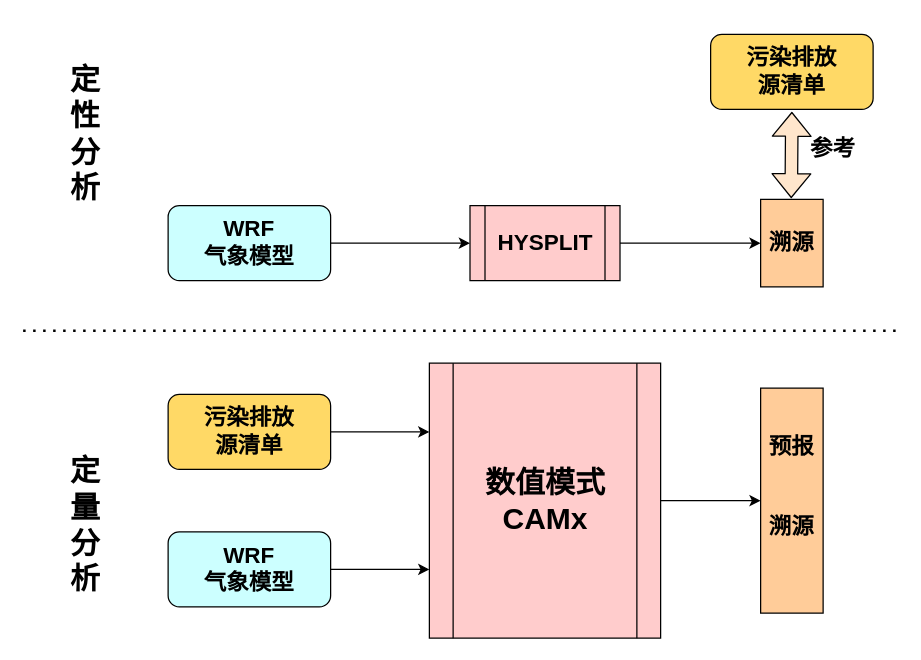
Earlier version of the draw.io diagram 源清单与数值模式.drawio (WienWong/Misc). Source tidied: cells renumbered, new cells numbered last; positions are measured from the earlier drawing's top-left corner, leaving out a move shared by most shapes. Both pictures are drawn from the tidied source at 125%, with x=0, y=0 at pixel (22, 21).
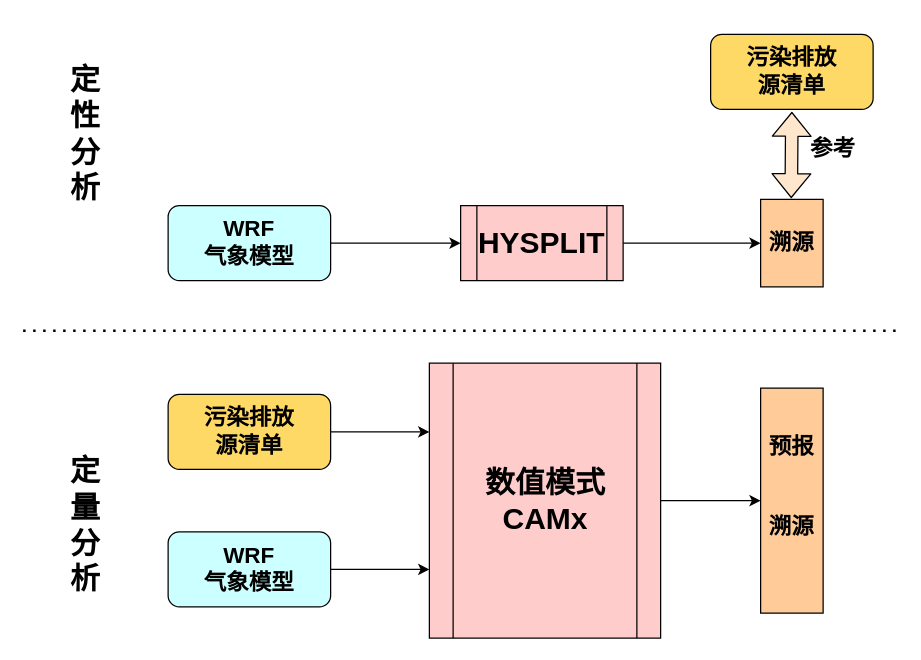
After the change.

Commit message:
Update 源清单与数值模式.drawio

Unchanged cells that the change refers to:
```xml
<mxCell id="13" value="&lt;font style=&quot;font-size: 18px&quot;&gt;&lt;b&gt;溯源&lt;br&gt;&lt;/b&gt;&lt;/font&gt;" style="rounded=0;whiteSpace=wrap;html=1;fillColor=#FFCC99;" parent="1" vertex="1">
  <mxGeometry x="590" y="142" width="50" height="70" as="geometry" />
</mxCell>
<mxCell id="16" value="&lt;font style=&quot;font-size: 18px&quot;&gt;&lt;b&gt;WRF&lt;br&gt;&lt;/b&gt;&lt;b&gt;气象模型&lt;/b&gt;&lt;/font&gt;" style="rounded=1;whiteSpace=wrap;html=1;fillColor=#CCFFFF;" parent="1" vertex="1">
  <mxGeometry x="116" y="147" width="130" height="60" as="geometry" />
</mxCell>
```

The edit, as a diff of the source:
```diff
@@
-    <mxCell id="9" style="edgeStyle=orthogonalEdgeStyle;rounded=0;jettySize=auto;html=1;exitX=1;exitY=0.5;exitDx=0;exitDy=0;entryX=0;entryY=0.5;entryDx=0;entryDy=0;" parent="1" edge="1" source="10" target="13">
+    <mxCell id="9" style="edgeStyle=orthogonalEdgeStyle;rounded=0;jettySize=auto;html=1;exitX=1;exitY=0.5;exitDx=0;exitDy=0;entryX=0;entryY=0.5;entryDx=0;entryDy=0;strokeColor=#000000;" parent="1" edge="1" source="10" target="13">
       <mxGeometry relative="1" as="geometry" />
     </mxCell>
-    <mxCell id="10" value="&lt;font style=&quot;font-size: 18px&quot;&gt;&lt;b&gt;HYSPLIT&lt;/b&gt;&lt;/font&gt;" style="shape=process;whiteSpace=wrap;html=1;backgroundOutline=1;fillColor=#FFCCCC;" parent="1" vertex="1">
-      <mxGeometry x="357.5" y="147" width="120" height="60" as="geometry" />
+    <mxCell id="10" value="&lt;font style=&quot;font-size: 24px&quot;&gt;&lt;b&gt;HYSPLIT&lt;/b&gt;&lt;/font&gt;" style="shape=process;whiteSpace=wrap;html=1;backgroundOutline=1;fillColor=#FFCCCC;" parent="1" vertex="1">
+      <mxGeometry x="350" y="147" width="130" height="60" as="geometry" />
     </mxCell>
@@
-    <mxCell id="15" style="edgeStyle=orthogonalEdgeStyle;rounded=0;jettySize=auto;html=1;exitX=1;exitY=0.5;exitDx=0;exitDy=0;" parent="1" edge="1" source="16" target="10">
+    <mxCell id="15" style="edgeStyle=orthogonalEdgeStyle;rounded=0;jettySize=auto;html=1;exitX=1;exitY=0.5;exitDx=0;exitDy=0;entryX=0;entryY=0.5;entryDx=0;entryDy=0;strokeColor=#000000;" parent="1" edge="1" source="16" target="10">
       <mxGeometry relative="1" as="geometry" />
     </mxCell>
```
